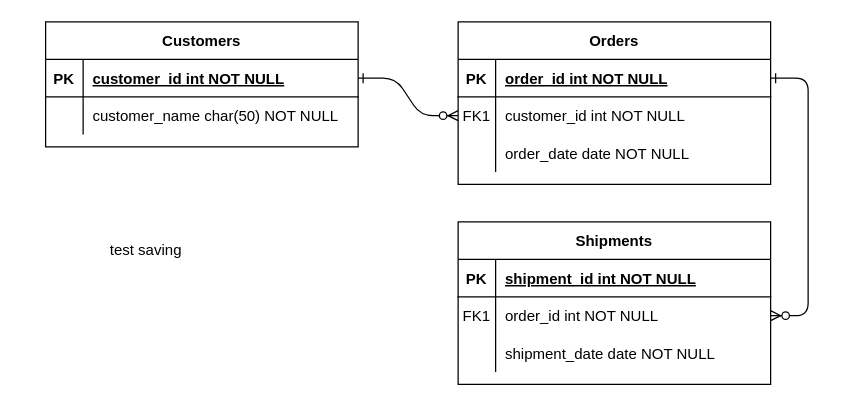
Earlier version of the draw.io diagram ERD.drawio (luth-fi02/drawio). Source tidied: cells renumbered, new cells numbered last; positions are measured from the earlier drawing's top-left corner, leaving out a move shared by most shapes. Both pictures are drawn from the tidied source at 125%, with x=0, y=0 at pixel (45, 21).
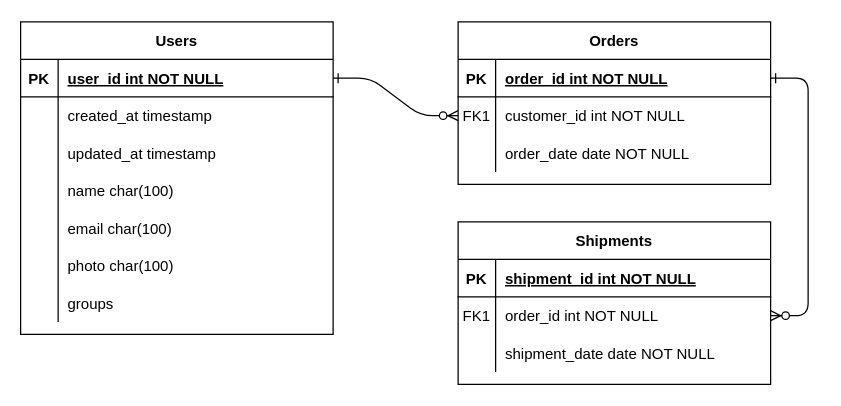
Above is the later version.

Commit message:
update users tabel

The change refers to these unchanged cells:
```xml
<mxCell id="25" style="shape=partialRectangle;fillColor=none;points=[[0,0.5],[1,0.5]];portConstraint=eastwest;top=0;left=0;right=0;bottom=1;" parent="24" vertex="1">
  <mxGeometry y="30" width="250" height="30" as="geometry" />
</mxCell>
<mxCell id="28" style="shape=partialRectangle;fillColor=none;top=0;left=0;right=0;bottom=0;" parent="24" vertex="1">
  <mxGeometry y="60" width="250" height="30" as="geometry" />
</mxCell>
```

What changed in the source:
```diff
@@
-    <mxCell id="24" value="Customers" style="shape=table;startSize=30;childLayout=tableLayout;rowLines=0;fontStyle=1;align=center;" parent="1" vertex="1">
-      <mxGeometry width="250" height="100" as="geometry" />
+    <mxCell id="24" value="Users" style="shape=table;startSize=30;childLayout=tableLayout;rowLines=0;fontStyle=1;align=center;" parent="1" vertex="1">
+      <mxGeometry x="-20" width="250" height="250" as="geometry" />
     </mxCell>
@@
-    <mxCell id="27" value="customer_id int NOT NULL " style="shape=partialRectangle;overflow=hidden;fillColor=none;top=0;left=0;bottom=0;right=0;align=left;spacingLeft=6;fontStyle=5;" parent="25" vertex="1">
+    <mxCell id="27" value="user_id int NOT NULL" style="shape=partialRectangle;overflow=hidden;fillColor=none;top=0;left=0;bottom=0;right=0;align=left;spacingLeft=6;fontStyle=5;" parent="25" vertex="1">
       <mxGeometry x="30" width="220" height="30" as="geometry" />
     </mxCell>
@@
-    <mxCell id="30" value="customer_name char(50) NOT NULL" style="shape=partialRectangle;overflow=hidden;fillColor=none;top=0;left=0;bottom=0;right=0;align=left;spacingLeft=6;" parent="28" vertex="1">
+    <mxCell id="30" value="created_at timestamp" style="shape=partialRectangle;overflow=hidden;fillColor=none;top=0;left=0;bottom=0;right=0;align=left;spacingLeft=6;" parent="28" vertex="1">
       <mxGeometry x="30" width="220" height="30" as="geometry" />
     </mxCell>
-    <mxCell id="31" value="test saving" style="text;html=1;align=center;verticalAlign=middle;strokeColor=none;fillColor=none;" parent="1" vertex="1">
-      <mxGeometry x="40" y="168" width="80" height="30" as="geometry" />
-    </mxCell>
+    <mxCell id="32" style="shape=partialRectangle;fillColor=none;top=0;left=0;right=0;bottom=0;" parent="24" vertex="1">
+      <mxGeometry y="90" width="250" height="30" as="geometry" />
+    </mxCell>
+    <mxCell id="33" style="shape=partialRectangle;overflow=hidden;fillColor=none;top=0;left=0;bottom=0;right=0;" parent="32" vertex="1">
+      <mxGeometry width="30" height="30" as="geometry" />
+    </mxCell>
+    <mxCell id="34" value="updated_at timestamp" style="shape=partialRectangle;overflow=hidden;fillColor=none;top=0;left=0;bottom=0;right=0;align=left;spacingLeft=6;" parent="32" vertex="1">
+      <mxGeometry x="30" width="220" height="30" as="geometry" />
+    </mxCell>
+    <mxCell id="35" style="shape=partialRectangle;fillColor=none;top=0;left=0;right=0;bottom=0;" parent="24" vertex="1">
+      <mxGeometry y="120" width="250" height="30" as="geometry" />
+    </mxCell>
+    <mxCell id="36" style="shape=partialRectangle;overflow=hidden;fillColor=none;top=0;left=0;bottom=0;right=0;" parent="35" vertex="1">
+      <mxGeometry width="30" height="30" as="geometry" />
+    </mxCell>
+    <mxCell id="37" value="name char(100)" style="shape=partialRectangle;overflow=hidden;fillColor=none;top=0;left=0;bottom=0;right=0;align=left;spacingLeft=6;" parent="35" vertex="1">
+      <mxGeometry x="30" width="220" height="30" as="geometry" />
+    </mxCell>
+    <mxCell id="38" style="shape=partialRectangle;fillColor=none;top=0;left=0;right=0;bottom=0;" parent="24" vertex="1">
+      <mxGeometry y="150" width="250" height="30" as="geometry" />
+    </mxCell>
+    <mxCell id="39" style="shape=partialRectangle;overflow=hidden;fillColor=none;top=0;left=0;bottom=0;right=0;" parent="38" vertex="1">
+      <mxGeometry width="30" height="30" as="geometry" />
+    </mxCell>
+    <mxCell id="40" value="email char(100)" style="shape=partialRectangle;overflow=hidden;fillColor=none;top=0;left=0;bottom=0;right=0;align=left;spacingLeft=6;" parent="38" vertex="1">
+      <mxGeometry x="30" width="220" height="30" as="geometry" />
+    </mxCell>
+    <mxCell id="41" style="shape=partialRectangle;fillColor=none;top=0;left=0;right=0;bottom=0;" parent="24" vertex="1">
+      <mxGeometry y="180" width="250" height="30" as="geometry" />
+    </mxCell>
+    <mxCell id="42" style="shape=partialRectangle;overflow=hidden;fillColor=none;top=0;left=0;bottom=0;right=0;" parent="41" vertex="1">
+      <mxGeometry width="30" height="30" as="geometry" />
+    </mxCell>
+    <mxCell id="43" value="photo char(100)" style="shape=partialRectangle;overflow=hidden;fillColor=none;top=0;left=0;bottom=0;right=0;align=left;spacingLeft=6;" parent="41" vertex="1">
+      <mxGeometry x="30" width="220" height="30" as="geometry" />
+    </mxCell>
+    <mxCell id="44" style="shape=partialRectangle;fillColor=none;top=0;left=0;right=0;bottom=0;" parent="24" vertex="1">
+      <mxGeometry y="210" width="250" height="30" as="geometry" />
+    </mxCell>
+    <mxCell id="45" style="shape=partialRectangle;overflow=hidden;fillColor=none;top=0;left=0;bottom=0;right=0;" parent="44" vertex="1">
+      <mxGeometry width="30" height="30" as="geometry" />
+    </mxCell>
+    <mxCell id="46" value="groups" style="shape=partialRectangle;overflow=hidden;fillColor=none;top=0;left=0;bottom=0;right=0;align=left;spacingLeft=6;" parent="44" vertex="1">
+      <mxGeometry x="30" width="220" height="30" as="geometry" />
+    </mxCell>
```
